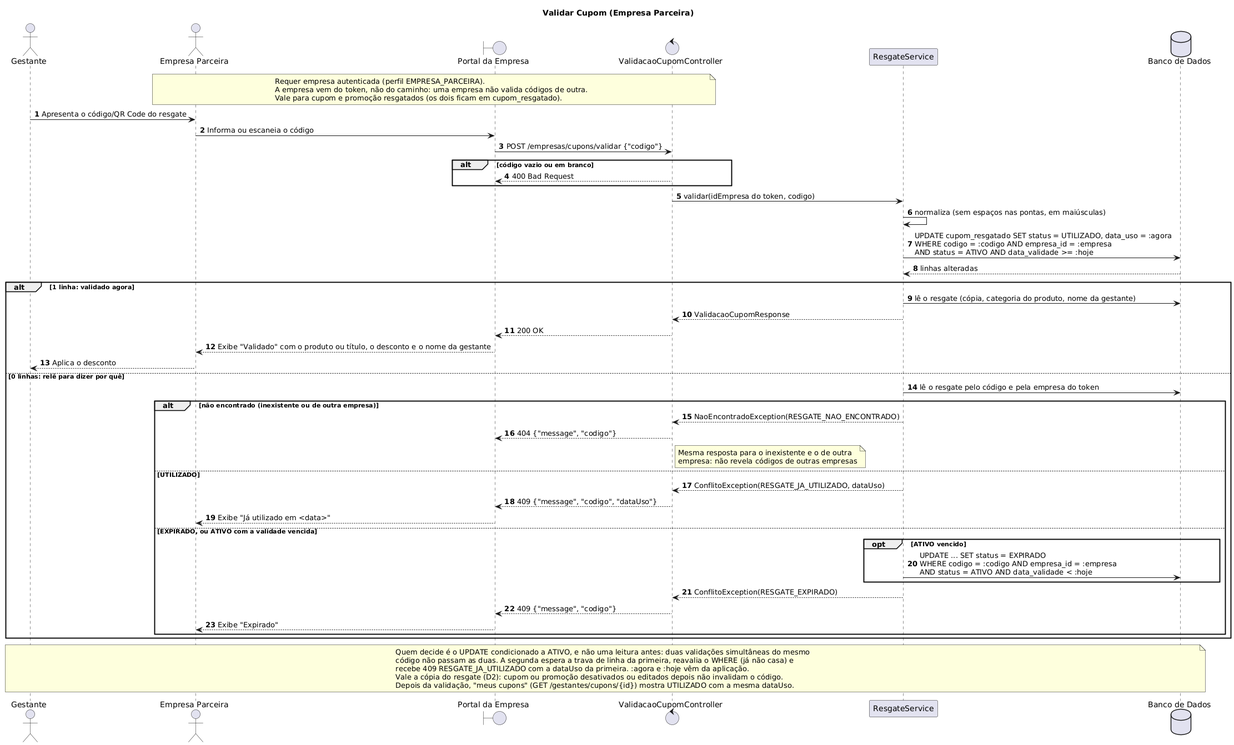
Earlier version of the PlantUML export docs/sequence-diagrams/validar-cupom/validar-cupom.png (CozyShelf/previna-backend).
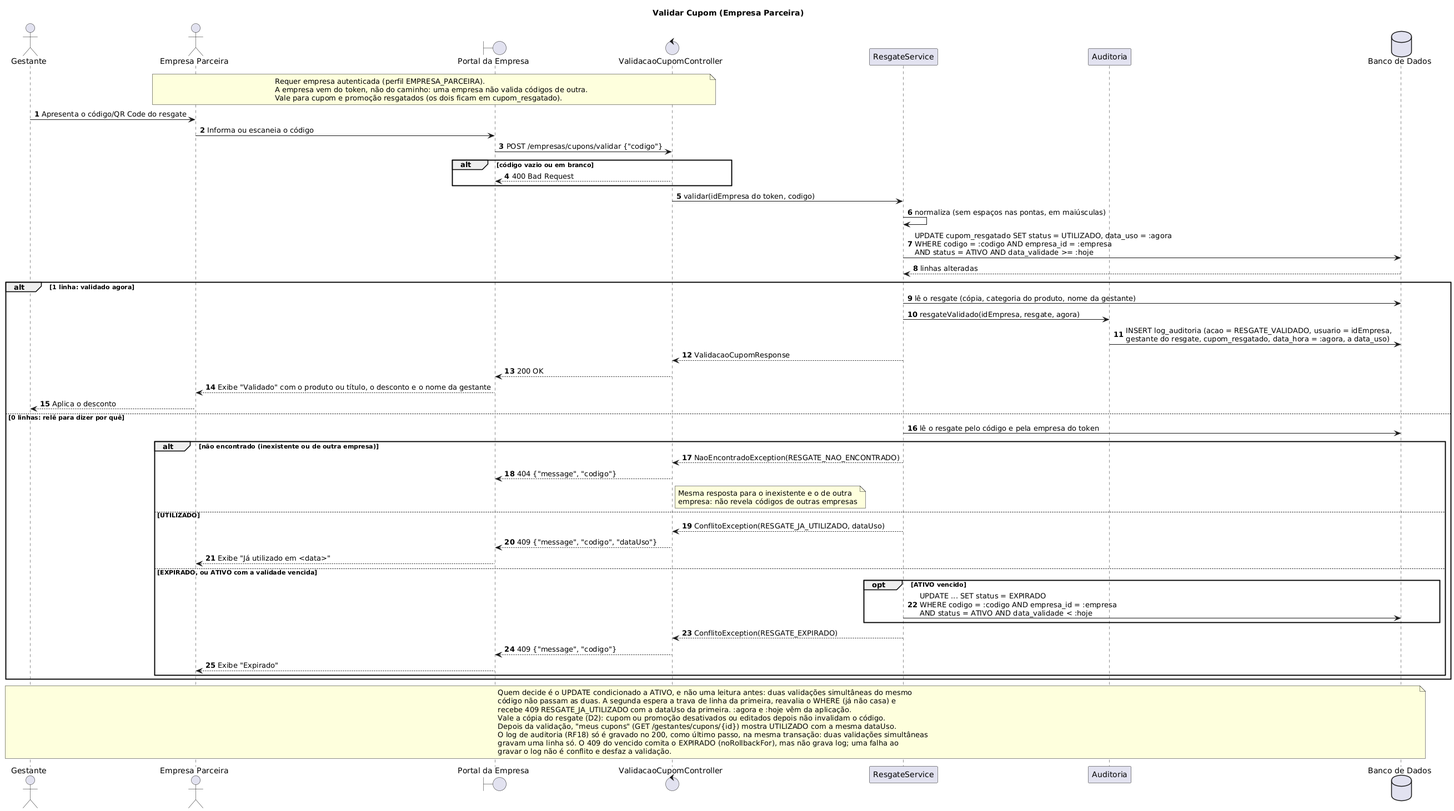
After the change.

Change to the diagram source:
```diff
@@ -7,6 +7,7 @@
 boundary "Portal da Empresa" as Portal
 control "ValidacaoCupomController" as Controller
 participant "ResgateService" as Service
+participant "Auditoria" as Auditoria
 database "Banco de Dados" as BD
 
 note over Empresa, Controller
@@ -30,6 +31,8 @@
 
 alt 1 linha: validado agora
     Service -> BD : lê o resgate (cópia, categoria do produto, nome da gestante)
+    Service -> Auditoria : resgateValidado(idEmpresa, resgate, agora)
+    Auditoria -> BD : INSERT log_auditoria (acao = RESGATE_VALIDADO, usuario = idEmpresa,\ngestante do resgate, cupom_resgatado, data_hora = :agora, a data_uso)
     Service --> Controller : ValidacaoCupomResponse
     Controller --> Portal : 200 OK
     Portal --> Empresa : Exibe "Validado" com o produto ou título, o desconto e o nome da gestante
@@ -63,6 +66,9 @@
     recebe 409 RESGATE_JA_UTILIZADO com a dataUso da primeira. :agora e :hoje vêm da aplicação.
     Vale a cópia do resgate (D2): cupom ou promoção desativados ou editados depois não invalidam o código.
     Depois da validação, "meus cupons" (GET /gestantes/cupons/{id}) mostra UTILIZADO com a mesma dataUso.
+    O log de auditoria (RF18) só é gravado no 200, como último passo, na mesma transação: duas validações simultâneas
+    gravam uma linha só. O 409 do vencido comita o EXPIRADO (noRollbackFor), mas não grava log; uma falha ao
+    gravar o log não é conflito e desfaz a validação.
 end note
 
 @enduml
```
